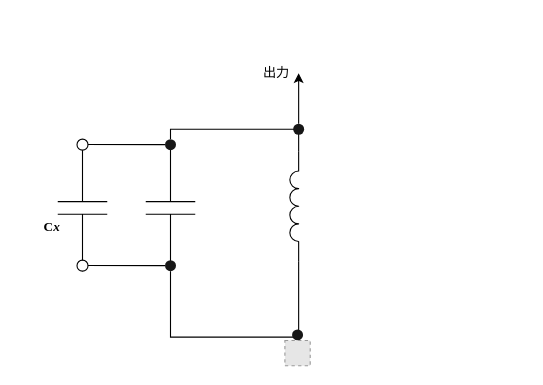
The draw.io diagram Hartley oscillator.drawio in mt-perform/schematics, before the edit. Source tidied: cells renumbered, new cells numbered last; positions are measured from the earlier drawing's top-left corner, leaving out a move shared by most shapes. Both pictures are drawn from the tidied source at 110%, with x=0, y=0 at pixel (19, 62). Pictures stored in the file or linked from it are replaced by grey dashed boxes.
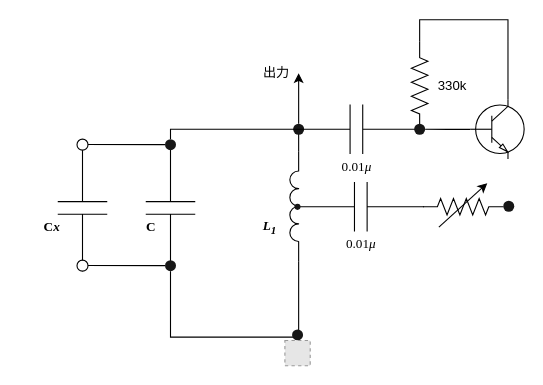
Above is the later version.

Commit message (it also covers changes not shown here):
Hartley oscillator.drawio を更新します

Diff of the diagram source:
```diff
@@
+    <mxCell id="19" value="&lt;font face=&quot;Times New Roman&quot;&gt;&lt;b&gt;C&lt;/b&gt;&lt;/font&gt;" style="text;html=1;strokeColor=none;fillColor=none;align=center;verticalAlign=middle;whiteSpace=wrap;rounded=0;" parent="1" vertex="1">
+      <mxGeometry x="90" y="135" width="60" height="30" as="geometry" />
+    </mxCell>
+    <mxCell id="20" value="&lt;font face=&quot;Times New Roman&quot;&gt;&lt;i&gt;&lt;b&gt;L&lt;sub&gt;1&lt;/sub&gt;&lt;/b&gt;&lt;/i&gt;&lt;/font&gt;" style="text;html=1;strokeColor=none;fillColor=none;align=center;verticalAlign=middle;whiteSpace=wrap;rounded=0;" parent="1" vertex="1">
+      <mxGeometry x="198" y="135" width="60" height="30" as="geometry" />
+    </mxCell>
+    <mxCell id="21" style="verticalLabelPosition=bottom;shadow=0;dashed=0;align=center;html=1;verticalAlign=top;shape=mxgraph.electrical.capacitors.capacitor_1;rotation=-180;" parent="1" vertex="1">
+      <mxGeometry x="249" y="38.5" width="115" height="45" as="geometry" />
+    </mxCell>
+    <mxCell id="22" value="&lt;font face=&quot;Times New Roman&quot;&gt;0.01&lt;i&gt;μ&lt;/i&gt;&lt;/font&gt;" style="text;html=1;strokeColor=none;fillColor=none;align=center;verticalAlign=middle;whiteSpace=wrap;rounded=0;" parent="1" vertex="1">
+      <mxGeometry x="276.5" y="80" width="60" height="30" as="geometry" />
+    </mxCell>
+    <mxCell id="23" style="verticalLabelPosition=bottom;shadow=0;dashed=0;align=center;html=1;verticalAlign=top;shape=mxgraph.electrical.resistors.resistor_2;fontFamily=Times New Roman;strokeWidth=1;rotation=-90;" parent="1" vertex="1">
+      <mxGeometry x="324" y="14" width="80" height="15" as="geometry" />
+    </mxCell>
+    <mxCell id="24" style="ellipse;whiteSpace=wrap;html=1;fontSize=20;strokeWidth=1;align=center;strokeColor=none;fillColor=#171717;fontFamily=Times New Roman;" parent="1" vertex="1">
+      <mxGeometry x="359" y="56" width="10" height="10" as="geometry" />
+    </mxCell>
+    <mxCell id="25" value="330k" style="text;html=1;strokeColor=none;fillColor=none;align=center;verticalAlign=middle;whiteSpace=wrap;rounded=0;" parent="1" vertex="1">
+      <mxGeometry x="364" y="6.5" width="60" height="30" as="geometry" />
+    </mxCell>
+    <mxCell id="26" style="edgeStyle=orthogonalEdgeStyle;rounded=0;jettySize=auto;html=1;entryX=1;entryY=0.5;entryDx=0;entryDy=0;fontFamily=Times New Roman;endArrow=none;endFill=0;" parent="1" edge="1" source="28" target="24">
+      <mxGeometry relative="1" as="geometry" />
+    </mxCell>
+    <mxCell id="27" style="edgeStyle=orthogonalEdgeStyle;rounded=0;jettySize=auto;html=1;exitX=0.7;exitY=0;exitDx=0;exitDy=0;exitPerimeter=0;entryX=1;entryY=0.5;entryDx=0;entryDy=0;entryPerimeter=0;fontFamily=Times New Roman;endArrow=none;endFill=0;" parent="1" edge="1" source="28" target="23">
+      <mxGeometry relative="1" as="geometry" />
+    </mxCell>
+    <mxCell id="28" style="verticalLabelPosition=bottom;shadow=0;dashed=0;align=center;html=1;verticalAlign=top;shape=mxgraph.electrical.transistors.npn_transistor_1;fontFamily=Times New Roman;strokeWidth=1;" parent="1" vertex="1">
+      <mxGeometry x="410" y="33.5" width="49" height="55" as="geometry" />
+    </mxCell>
+    <mxCell id="29" style="verticalLabelPosition=bottom;shadow=0;dashed=0;align=center;html=1;verticalAlign=top;shape=mxgraph.electrical.capacitors.capacitor_1;rotation=-180;" parent="1" vertex="1">
+      <mxGeometry x="253" y="109" width="115" height="45" as="geometry" />
+    </mxCell>
+    <mxCell id="30" style="ellipse;whiteSpace=wrap;html=1;fontSize=20;strokeWidth=1;align=center;strokeColor=none;fillColor=#171717;fontFamily=Times New Roman;" parent="1" vertex="1">
+      <mxGeometry x="250.2" y="128.8" width="5.5" height="5.5" as="geometry" />
+    </mxCell>
+    <mxCell id="31" value="&lt;font face=&quot;Times New Roman&quot;&gt;0.01&lt;i&gt;μ&lt;/i&gt;&lt;/font&gt;" style="text;html=1;strokeColor=none;fillColor=none;align=center;verticalAlign=middle;whiteSpace=wrap;rounded=0;" parent="1" vertex="1">
+      <mxGeometry x="280.5" y="150" width="60" height="30" as="geometry" />
+    </mxCell>
+    <mxCell id="32" style="verticalLabelPosition=bottom;shadow=0;dashed=0;align=center;html=1;verticalAlign=top;shape=mxgraph.electrical.resistors.resistor_2;fontFamily=Times New Roman;strokeWidth=1;rotation=0;" parent="1" vertex="1">
+      <mxGeometry x="367" y="124" width="73" height="15" as="geometry" />
+    </mxCell>
+    <mxCell id="33" style="endArrow=classic;html=1;rounded=0;fontFamily=Times New Roman;" parent="1" edge="1">
+      <mxGeometry relative="1" as="geometry">
+        <mxPoint x="381.5" y="150" as="sourcePoint" />
+        <mxPoint x="425.5" y="110" as="targetPoint" />
+      </mxGeometry>
+    </mxCell>
+    <mxCell id="34" style="ellipse;whiteSpace=wrap;html=1;fontSize=20;strokeWidth=1;align=center;strokeColor=none;fillColor=#171717;fontFamily=Times New Roman;" parent="1" vertex="1">
+      <mxGeometry x="440" y="126" width="10" height="10" as="geometry" />
+    </mxCell>
```
